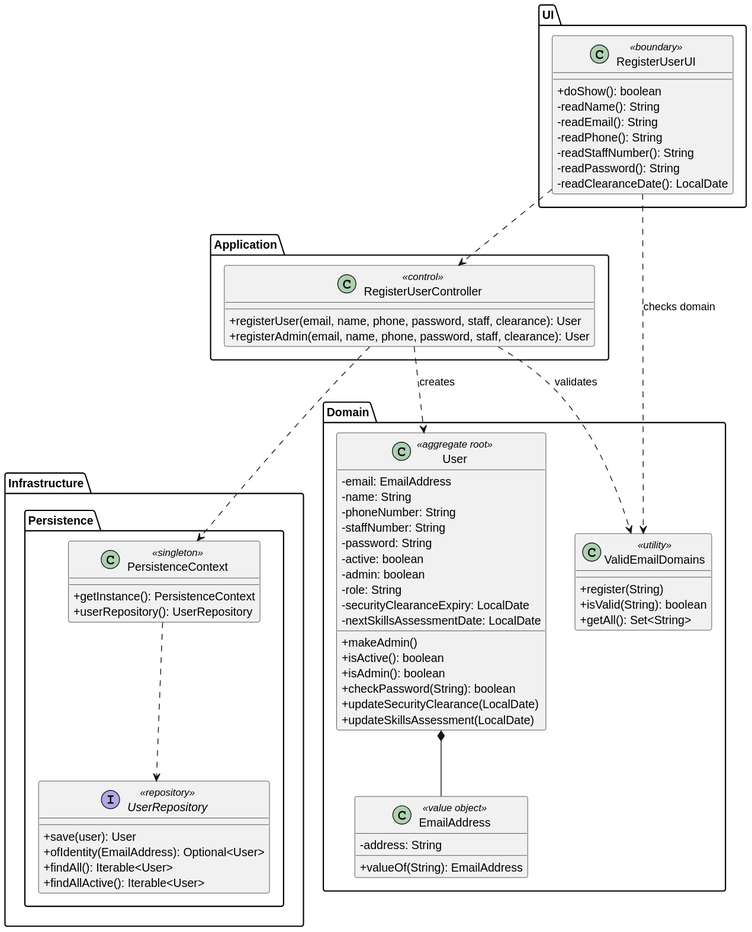
DuartePinto1240/sem4pi2526-sem4pi2526_2da2 keeps this PlantUML diagram as docs/Sprint 2/EAPLI/US031/svg/US031-class-diagram.svg. Above is the earlier version.
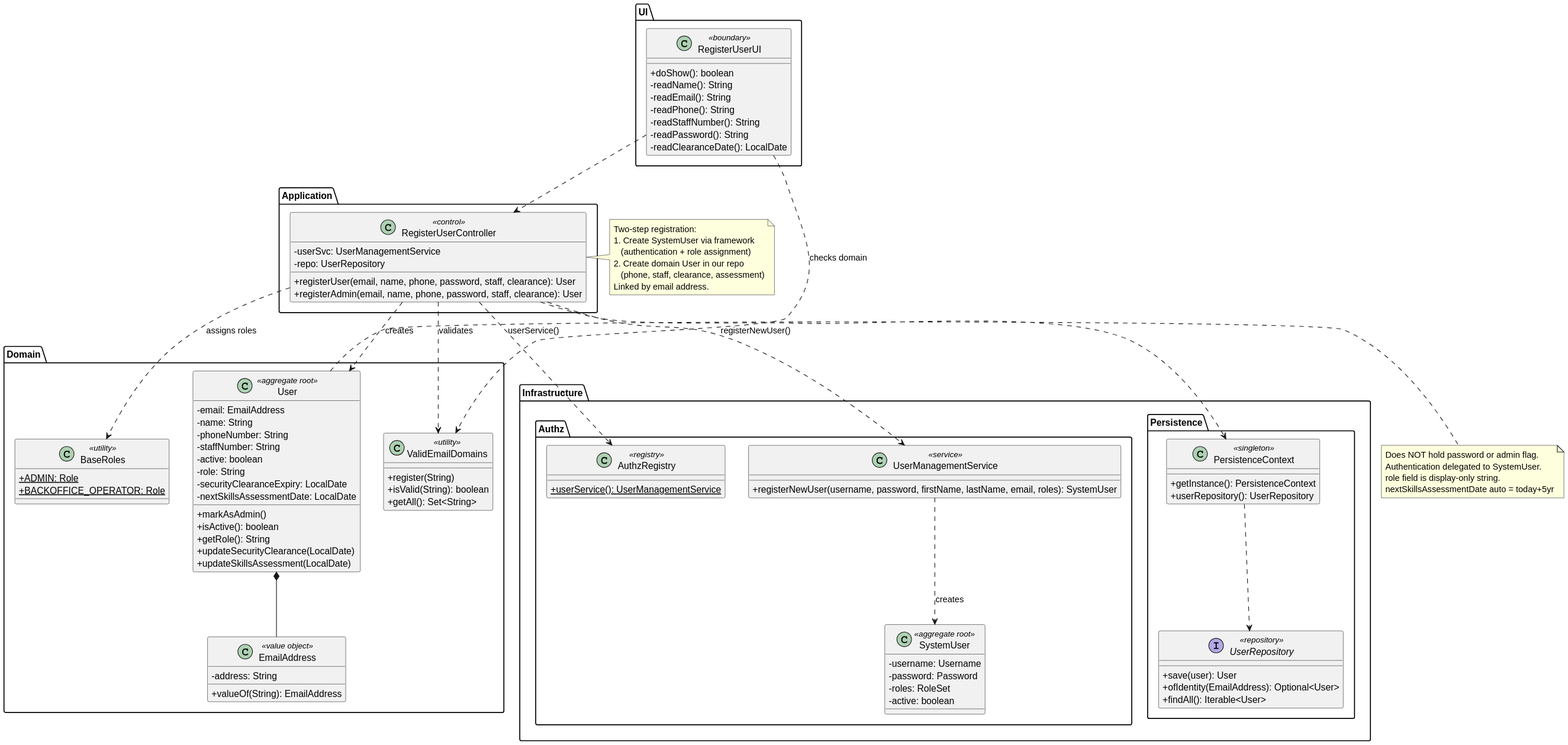
After the change.

What changed in the source:
```diff
@@ -15,8 +15,25 @@
 
 package "Application" {
   class RegisterUserController <<control>> {
+    -userSvc: UserManagementService
+    -repo: UserRepository
     +registerUser(email, name, phone, password, staff, clearance): User
     +registerAdmin(email, name, phone, password, staff, clearance): User
+  }
+}
+
+package "Infrastructure.Authz" {
+  class AuthzRegistry <<registry>> {
+    {static} +userService(): UserManagementService
+  }
+  class UserManagementService <<service>> {
+    +registerNewUser(username, password, firstName, lastName, email, roles): SystemUser
+  }
+  class SystemUser <<aggregate root>> {
+    -username: Username
+    -password: Password
+    -roles: RoleSet
+    -active: boolean
   }
 }
 
@@ -26,16 +43,13 @@
     -name: String
     -phoneNumber: String
     -staffNumber: String
-    -password: String
     -active: boolean
-    -admin: boolean
     -role: String
     -securityClearanceExpiry: LocalDate
     -nextSkillsAssessmentDate: LocalDate
-    +makeAdmin()
+    +markAsAdmin()
     +isActive(): boolean
-    +isAdmin(): boolean
-    +checkPassword(String): boolean
+    +getRole(): String
     +updateSecurityClearance(LocalDate)
     +updateSkillsAssessment(LocalDate)
   }
@@ -48,6 +62,10 @@
     +isValid(String): boolean
     +getAll(): Set<String>
   }
+  class BaseRoles <<utility>> {
+    {static} +ADMIN: Role
+    {static} +BACKOFFICE_OPERATOR: Role
+  }
 }
 
 package "Infrastructure.Persistence" {
@@ -59,15 +77,34 @@
     +save(user): User
     +ofIdentity(EmailAddress): Optional<User>
     +findAll(): Iterable<User>
-    +findAllActive(): Iterable<User>
   }
 }
 
 RegisterUserUI ..> RegisterUserController
 RegisterUserUI ..> ValidEmailDomains : checks domain
+RegisterUserController ..> AuthzRegistry : userService()
+RegisterUserController ..> UserManagementService : registerNewUser()
 RegisterUserController ..> ValidEmailDomains : validates
 RegisterUserController ..> PersistenceContext
 RegisterUserController ..> User : creates
+RegisterUserController ..> BaseRoles : assigns roles
+UserManagementService ..> SystemUser : creates
 PersistenceContext ..> UserRepository
 User *-- EmailAddress
+
+note right of RegisterUserController
+  Two-step registration:
+  1. Create SystemUser via framework
+     (authentication + role assignment)
+  2. Create domain User in our repo
+     (phone, staff, clearance, assessment)
+  Linked by email address.
+end note
+
+note right of User
+  Does NOT hold password or admin flag.
+  Authentication delegated to SystemUser.
+  role field is display-only string.
+  nextSkillsAssessmentDate auto = today+5yr
+end note
 @enduml
```
